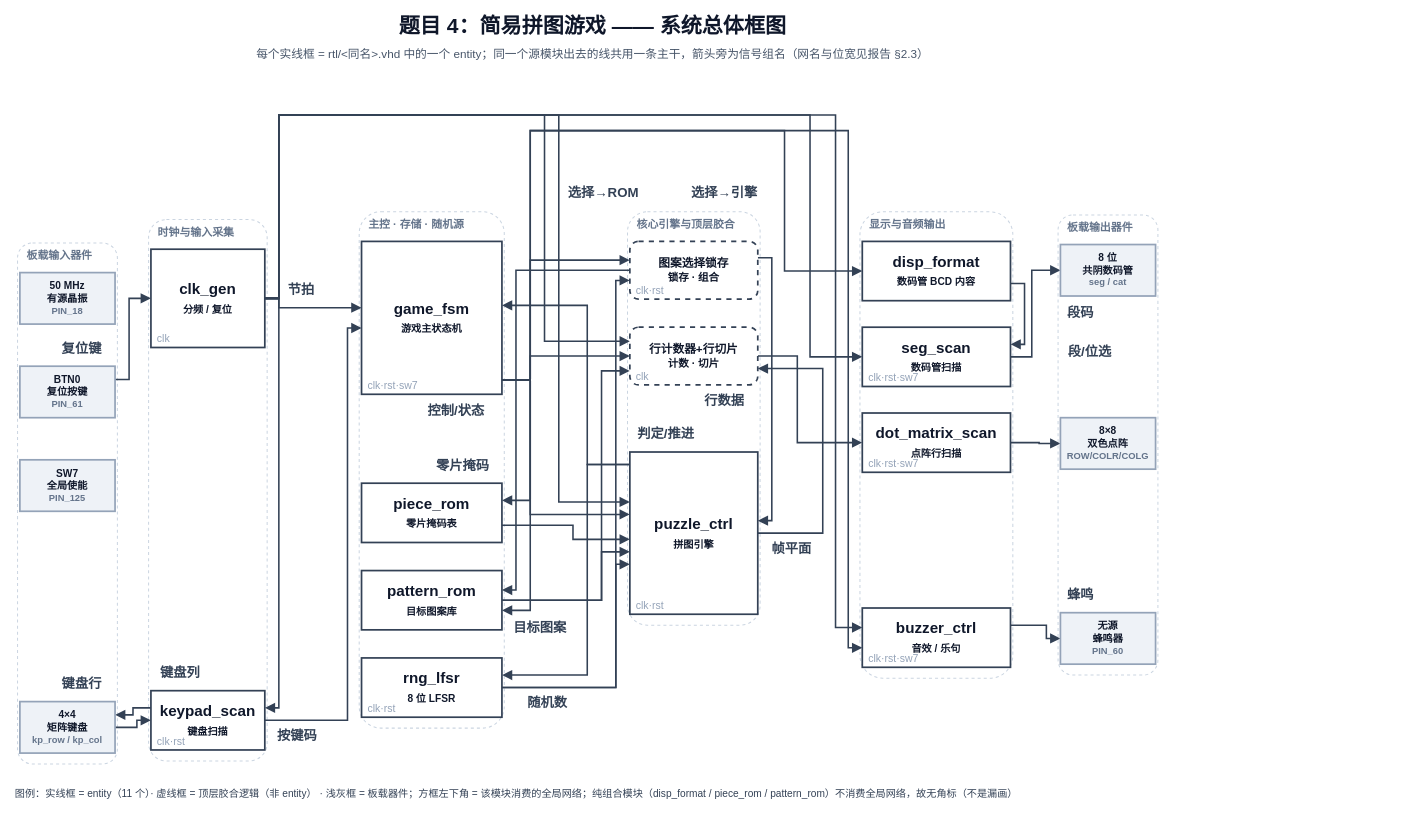
Before: docs/report/fig1_system_architecture.drawio in tortrixx/dld, a draw.io diagram. Source tidied: cells renumbered, new cells numbered last; positions are measured from the earlier drawing's top-left corner, leaving out a move shared by most shapes. Both pictures are drawn from the tidied source at 78%, with x=0, y=0 at pixel (13, 18).
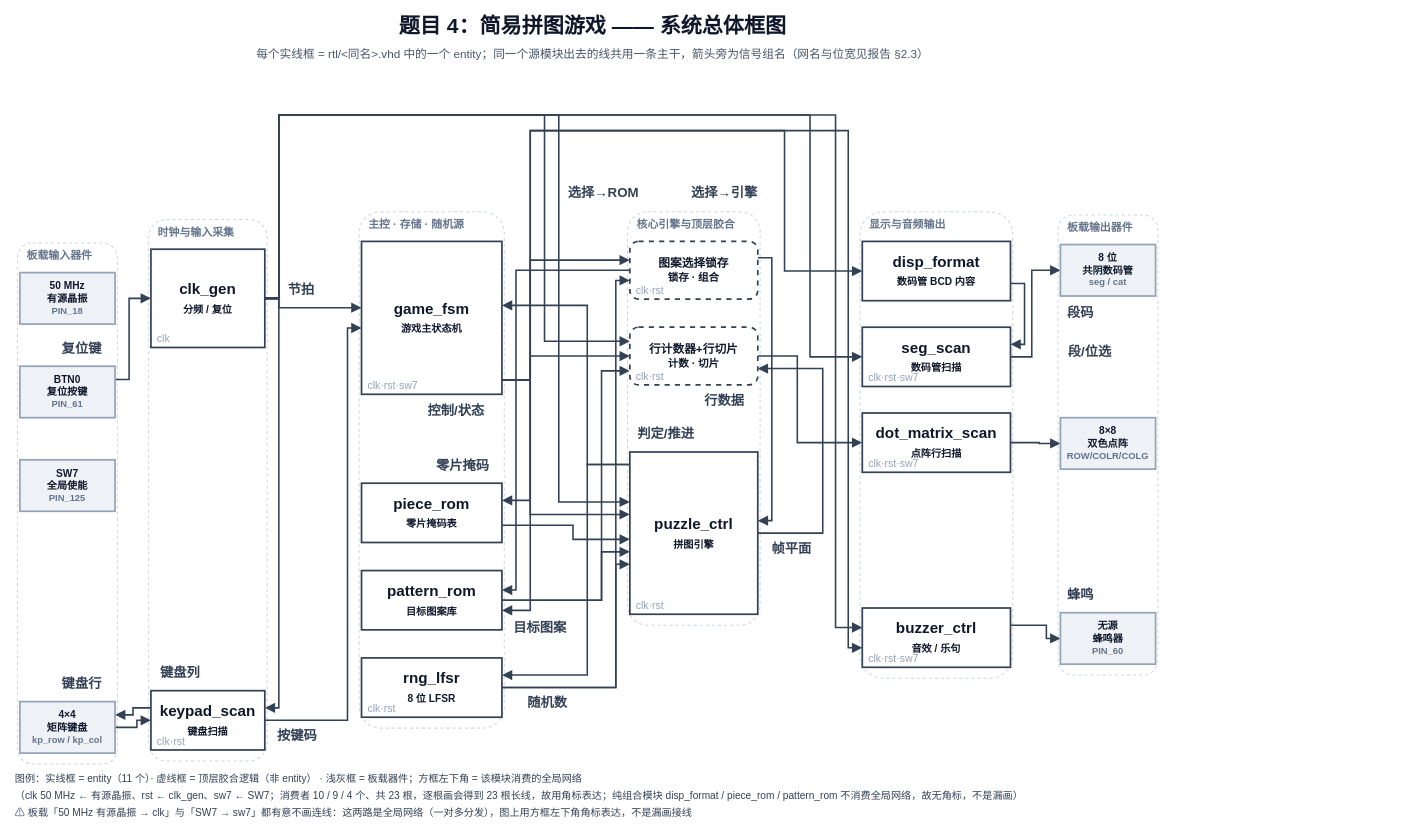
The same page after the edit.

Diff of the diagram source:
```diff
@@
-    <mxCell id="90" value="clk" style="text=;html=1;align=left;verticalAlign=middle;fontSize=13.5;fontFamily=Microsoft YaHei;fontColor=#94A3B8;fontStyle=0;strokeColor=none;fillColor=none;spacing=2;" parent="1" vertex="1">
+    <mxCell id="90" value="clk·rst" style="text=;html=1;align=left;verticalAlign=middle;fontSize=13.5;fontFamily=Microsoft YaHei;fontColor=#94A3B8;fontStyle=0;strokeColor=none;fillColor=none;spacing=2;" parent="1" vertex="1">
       <mxGeometry x="796" y="450" width="154" height="20" as="geometry" />
     </mxCell>
@@
-    <mxCell id="95" value="图例：实线框 = entity（11 个）· 虚线框 = 顶层胶合逻辑（非 entity） · 浅灰框 = 板载器件；方框左下角 = 该模块消费的全局网络；纯组合模块（disp_format / piece_rom / pattern_rom）不消费全局网络，故无角标（不是漏画）" style="text=;html=1;align=left;verticalAlign=middle;fontSize=13;fontFamily=Microsoft YaHei;fontColor=#334155;fontStyle=0;strokeColor=none;fillColor=none;spacing=2;" parent="1" vertex="1">
-      <mxGeometry y="984" width="1476" height="20" as="geometry" />
+    <mxCell id="95" value="图例：实线框 = entity（11 个）· 虚线框 = 顶层胶合逻辑（非 entity） · 浅灰框 = 板载器件；方框左下角 = 该模块消费的全局网络" style="text=;html=1;align=left;verticalAlign=middle;fontSize=13;fontFamily=Microsoft YaHei;fontColor=#334155;fontStyle=0;strokeColor=none;fillColor=none;spacing=2;" parent="1" vertex="1">
+      <mxGeometry y="964" width="1476" height="20" as="geometry" />
     </mxCell>
+    <mxCell id="96" value="（clk 50 MHz ← 有源晶振、rst ← clk_gen、sw7 ← SW7；消费者 10 / 9 / 4 个、共 23 根，逐根画会得到 23 根长线，故用角标表达；纯组合模块 disp_format / piece_rom / pattern_rom 不消费全局网络，故无角标，不是漏画）" style="text=;html=1;align=left;verticalAlign=middle;fontSize=13;fontFamily=Microsoft YaHei;fontColor=#334155;fontStyle=0;strokeColor=none;fillColor=none;spacing=2;" parent="1" vertex="1">
+      <mxGeometry y="986" width="1476" height="20" as="geometry" />
+    </mxCell>
+    <mxCell id="97" value="⚠ 板载「50 MHz 有源晶振 → clk」与「SW7 → sw7」都有意不画连线：这两路是全局网络（一对多分发），图上用方框左下角角标表达，不是漏画接线" style="text=;html=1;align=left;verticalAlign=middle;fontSize=13;fontFamily=Microsoft YaHei;fontColor=#334155;fontStyle=0;strokeColor=none;fillColor=none;spacing=2;" parent="1" vertex="1">
+      <mxGeometry y="1008" width="1476" height="20" as="geometry" />
+    </mxCell>
```
